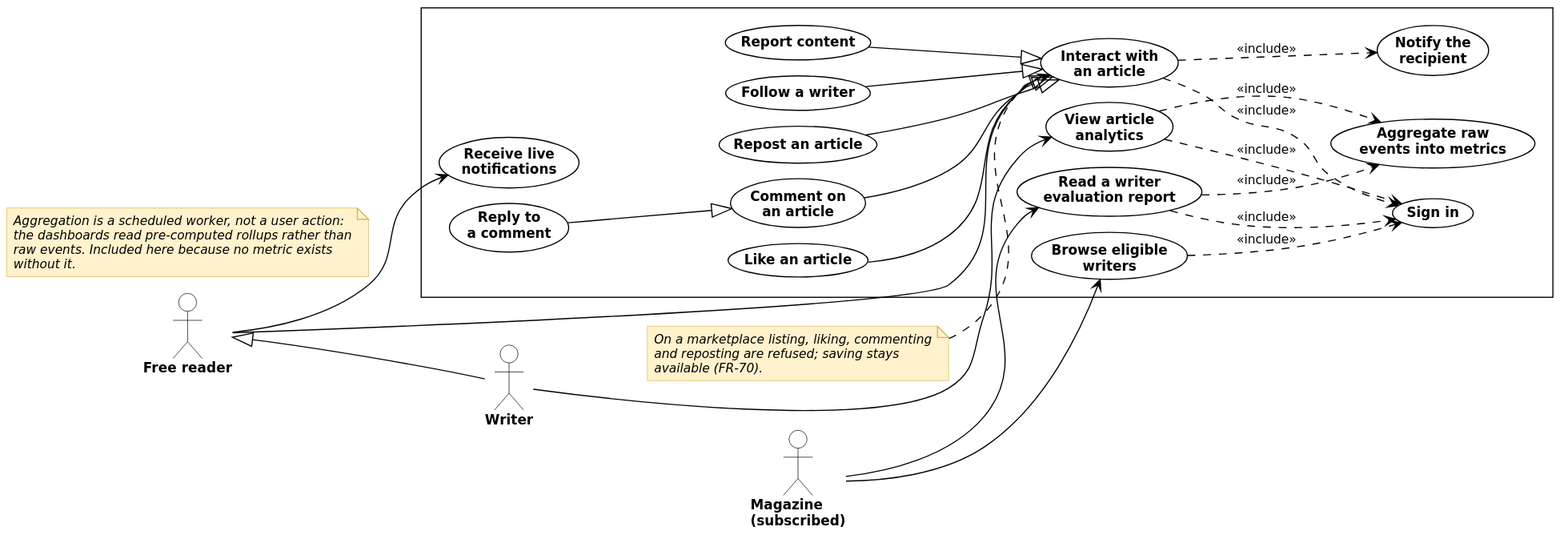
Above: diagrams/fig-5-1-use-case-sprint-3/fig-5-1-use-case-sprint-3.svg in inkwell-dev/spec.inkwell.ai (PlantUML), before the change.
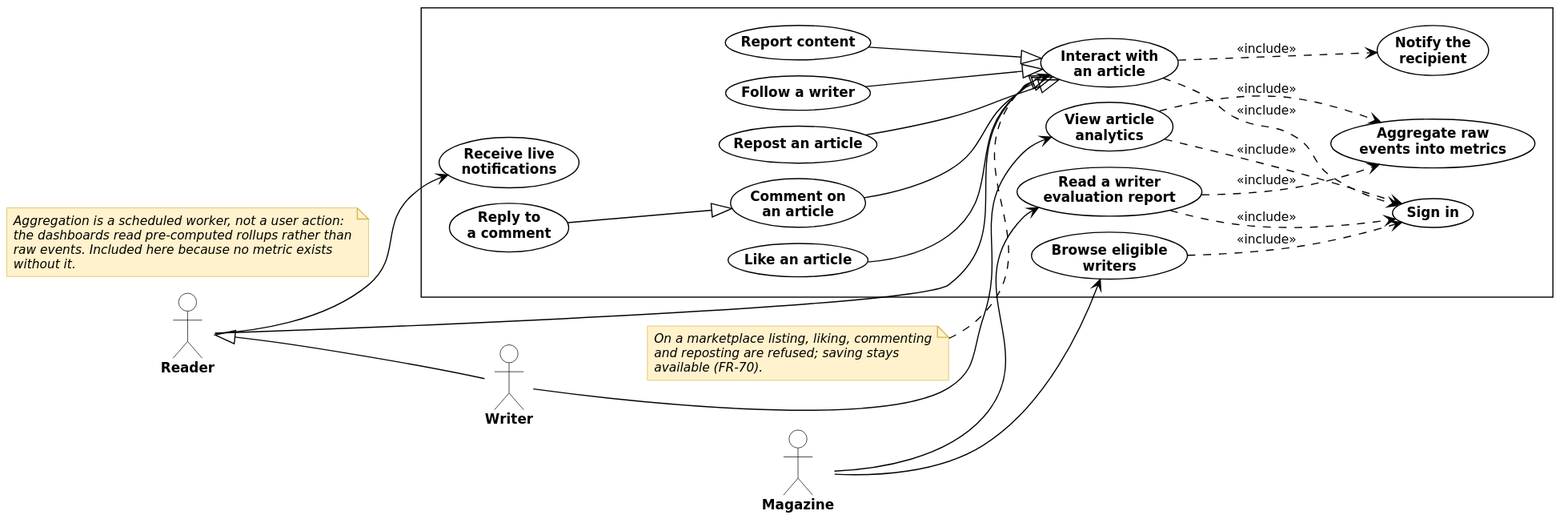
After the change.

The edit, as a diff of the source:
```diff
@@ -4,9 +4,9 @@
 skinparam nodesep 14
 skinparam ranksep 60
 
-actor "Free reader" as LG
+actor "Reader" as LG
 actor "Writer" as R
-actor "Magazine\n(subscribed)" as MA
+actor "Magazine" as MA
 
 R --|> LG
 
```
